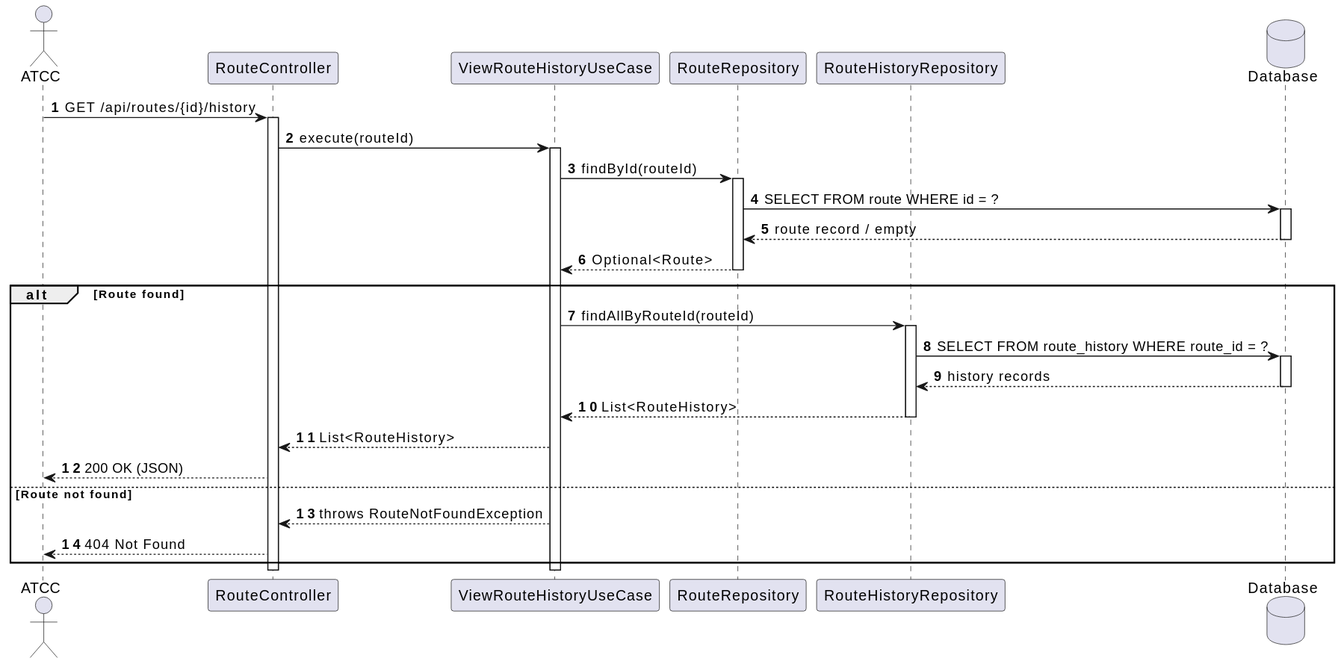
Above: docs/system-documentation/use-cases/WP3A/US111/svg/sd_us111.svg in VascoMagolo/psoft_1231562_1241692_1242036_2db (PlantUML), before the change.
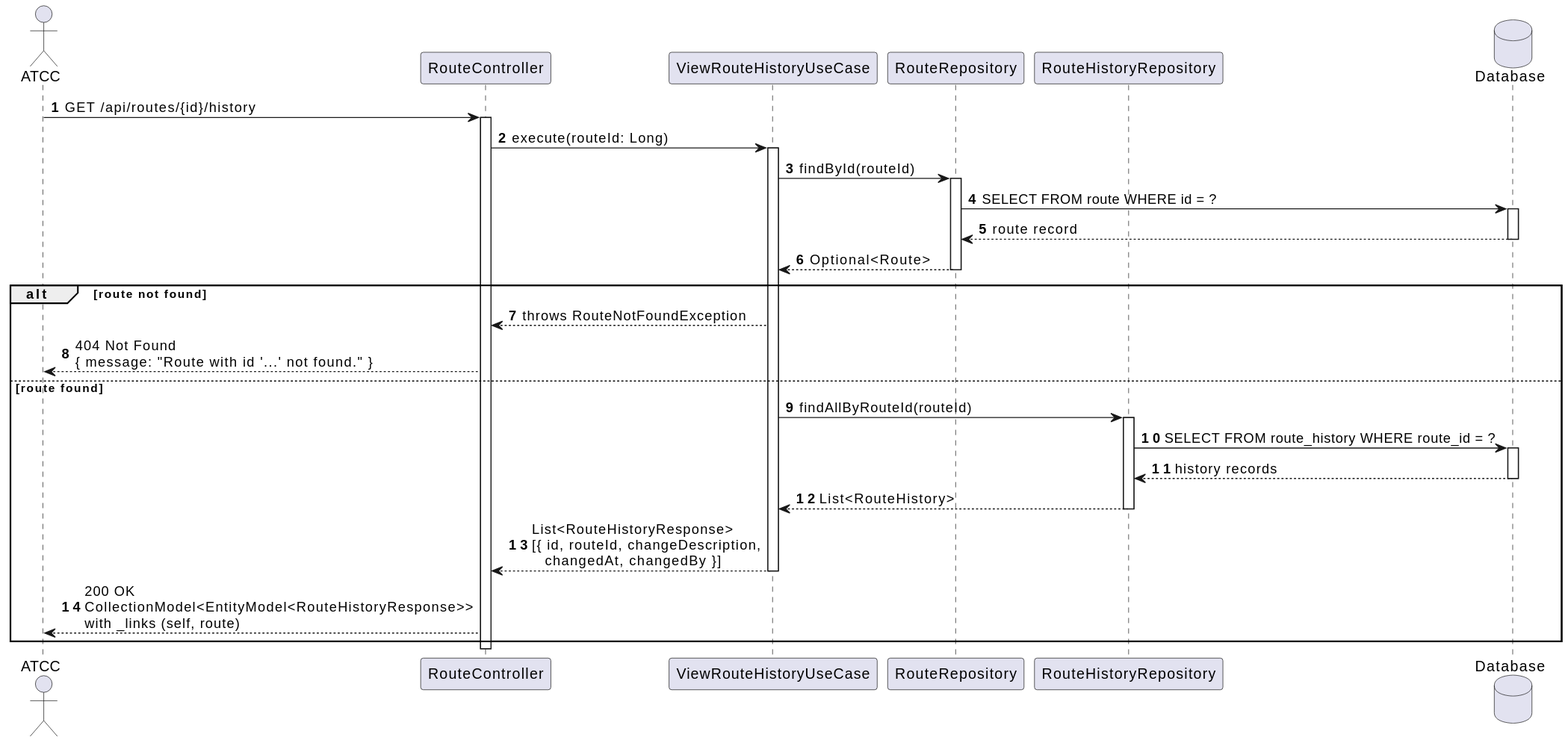
Later version of the same file.

What changed in the source:
```diff
@@ -10,34 +10,35 @@
 Actor -> Ctrl : GET /api/routes/{id}/history
 activate Ctrl
 
-Ctrl -> UC : execute(routeId)
+Ctrl -> UC : execute(routeId: Long)
 activate UC
 
 UC -> RouteRepo : findById(routeId)
 activate RouteRepo
 RouteRepo -> DB : SELECT FROM route WHERE id = ?
 activate DB
-DB --> RouteRepo : route record / empty
+DB --> RouteRepo : route record
 deactivate DB
 RouteRepo --> UC : Optional<Route>
 deactivate RouteRepo
 
-alt Route found
-    UC -> HistoryRepo : findAllByRouteId(routeId)
-    activate HistoryRepo
-    HistoryRepo -> DB : SELECT FROM route_history WHERE route_id = ?
-    activate DB
-    DB --> HistoryRepo : history records
-    deactivate DB
-    HistoryRepo --> UC : List<RouteHistory>
-    deactivate HistoryRepo
-    UC --> Ctrl : List<RouteHistory>
-    Ctrl --> Actor : 200 OK (JSON)
-else Route not found
-    UC --> Ctrl : throws RouteNotFoundException
-    Ctrl --> Actor : 404 Not Found
+alt route not found
+  UC --> Ctrl : throws RouteNotFoundException
+  Ctrl --> Actor : 404 Not Found\n{ message: "Route with id '...' not found." }
+else route found
+  UC -> HistoryRepo : findAllByRouteId(routeId)
+  activate HistoryRepo
+  HistoryRepo -> DB : SELECT FROM route_history WHERE route_id = ?
+  activate DB
+  DB --> HistoryRepo : history records
+  deactivate DB
+  HistoryRepo --> UC : List<RouteHistory>
+  deactivate HistoryRepo
+
+  UC --> Ctrl : List<RouteHistoryResponse>\n[{ id, routeId, changeDescription,\n   changedAt, changedBy }]
+  deactivate UC
+  Ctrl --> Actor : 200 OK\nCollectionModel<EntityModel<RouteHistoryResponse>>\nwith _links (self, route)
 end
 
-deactivate UC
 deactivate Ctrl
 @enduml
```
